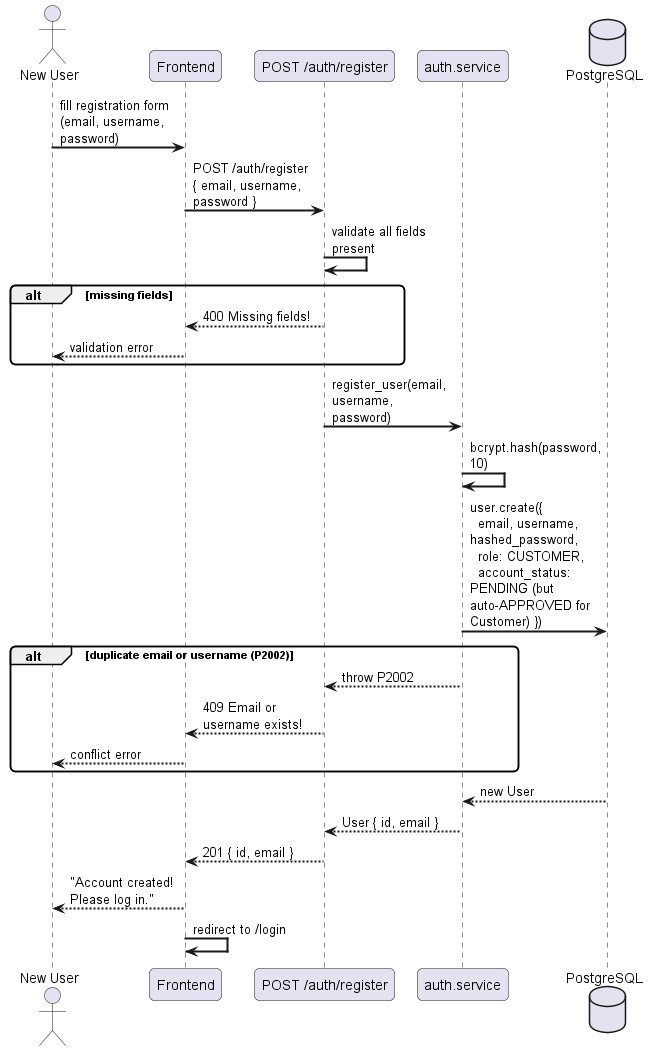
Before: docs/diagrams/exports/sequence/auth/sequence_register.png, a diagram exported from PlantUML (Schryzon/3Dex). Source of this version:
```plantuml
@startuml
skinparam sequenceArrowThickness 2
skinparam roundcorner 10
skinparam maxmessagesize 120

actor "New User" as U
participant "Frontend" as FE
participant "POST /auth/register" as API
participant "auth.service" as AS
database "PostgreSQL" as DB

U -> FE : fill registration form\n(email, username, password)
FE -> API : POST /auth/register\n{ email, username, password }
API -> API : validate all fields present
alt missing fields
    API --> FE : 400 Missing fields!
    FE --> U : validation error
end
API -> AS : register_user(email, username, password)
AS -> AS : bcrypt.hash(password, 10)
AS -> DB : user.create({\n  email, username, hashed_password,\n  role: CUSTOMER,\n  account_status: PENDING (but auto-APPROVED for Customer) })
alt duplicate email or username (P2002)
    AS --> API : throw P2002
    API --> FE : 409 Email or username exists!
    FE --> U : conflict error
end
DB --> AS : new User
AS --> API : User { id, email }
API --> FE : 201 { id, email }
FE --> U : "Account created! Please log in."
FE -> FE : redirect to /login
@enduml
```
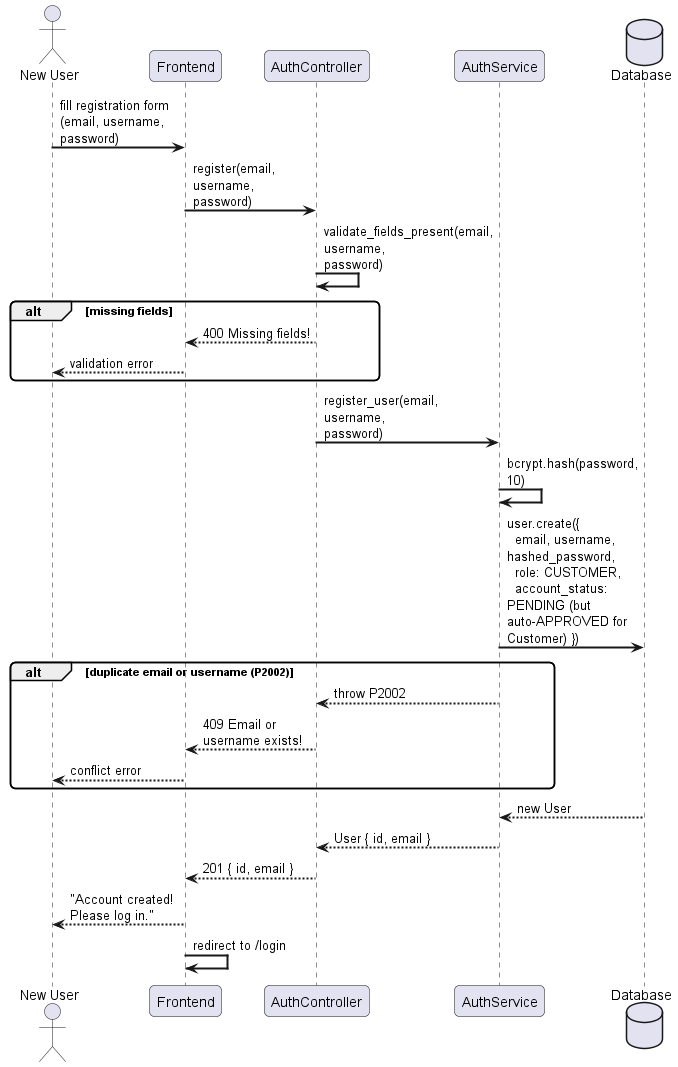
After the commit.

Diff of the diagram source:
```diff
@@ -5,28 +5,28 @@
 
 actor "New User" as U
 participant "Frontend" as FE
-participant "POST /auth/register" as API
-participant "auth.service" as AS
-database "PostgreSQL" as DB
+participant "AuthController" as AC
+participant "AuthService" as AS
+database "Database" as DB
 
 U -> FE : fill registration form\n(email, username, password)
-FE -> API : POST /auth/register\n{ email, username, password }
-API -> API : validate all fields present
+FE -> AC : register(email, username, password)
+AC -> AC : validate_fields_present(email, username, password)
 alt missing fields
-    API --> FE : 400 Missing fields!
+    AC --> FE : 400 Missing fields!
     FE --> U : validation error
 end
-API -> AS : register_user(email, username, password)
+AC -> AS : register_user(email, username, password)
 AS -> AS : bcrypt.hash(password, 10)
 AS -> DB : user.create({\n  email, username, hashed_password,\n  role: CUSTOMER,\n  account_status: PENDING (but auto-APPROVED for Customer) })
 alt duplicate email or username (P2002)
-    AS --> API : throw P2002
-    API --> FE : 409 Email or username exists!
+    AS --> AC : throw P2002
+    AC --> FE : 409 Email or username exists!
     FE --> U : conflict error
 end
 DB --> AS : new User
-AS --> API : User { id, email }
-API --> FE : 201 { id, email }
+AS --> AC : User { id, email }
+AC --> FE : 201 { id, email }
 FE --> U : "Account created! Please log in."
 FE -> FE : redirect to /login
 @enduml
```
